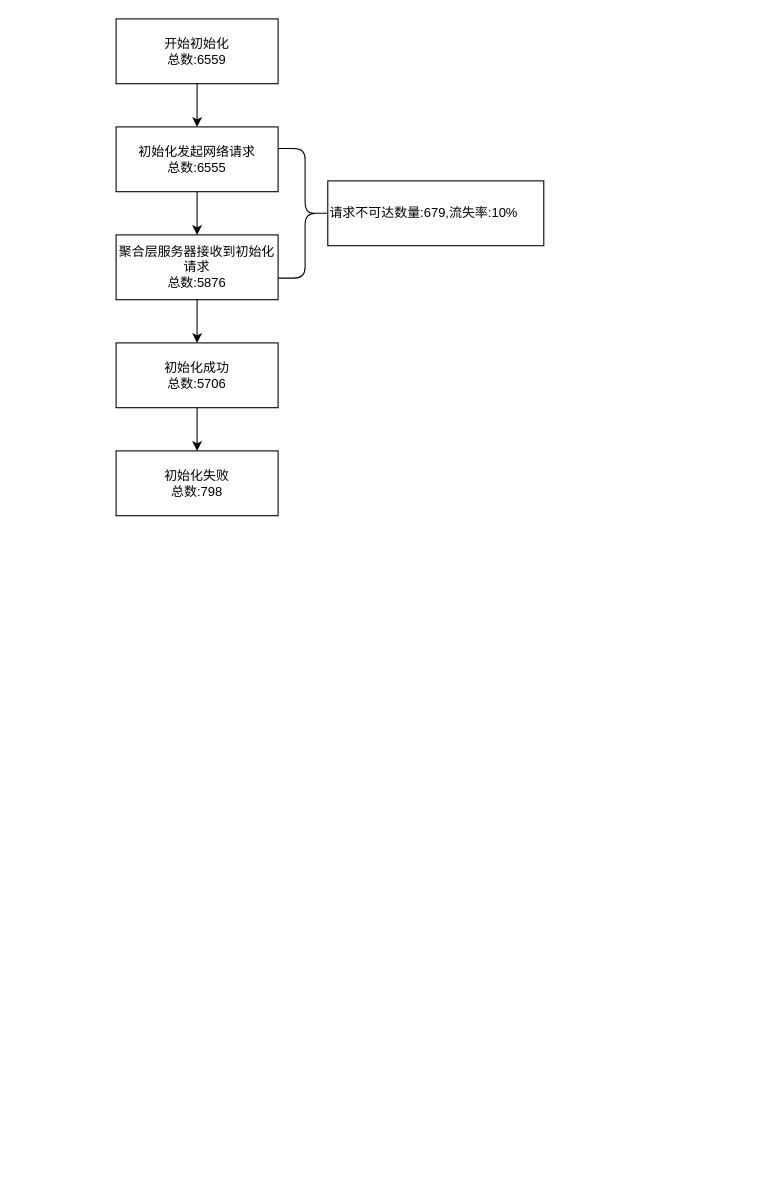
Earlier version of the draw.io diagram Untitled Diagram.drawio (wushengqiang/mydoc). Source tidied: cells renumbered, new cells numbered last; positions are measured from the earlier drawing's top-left corner, leaving out a move shared by most shapes. Both pictures are drawn from the tidied source at 108%, with x=0, y=0 at pixel (116, 18).
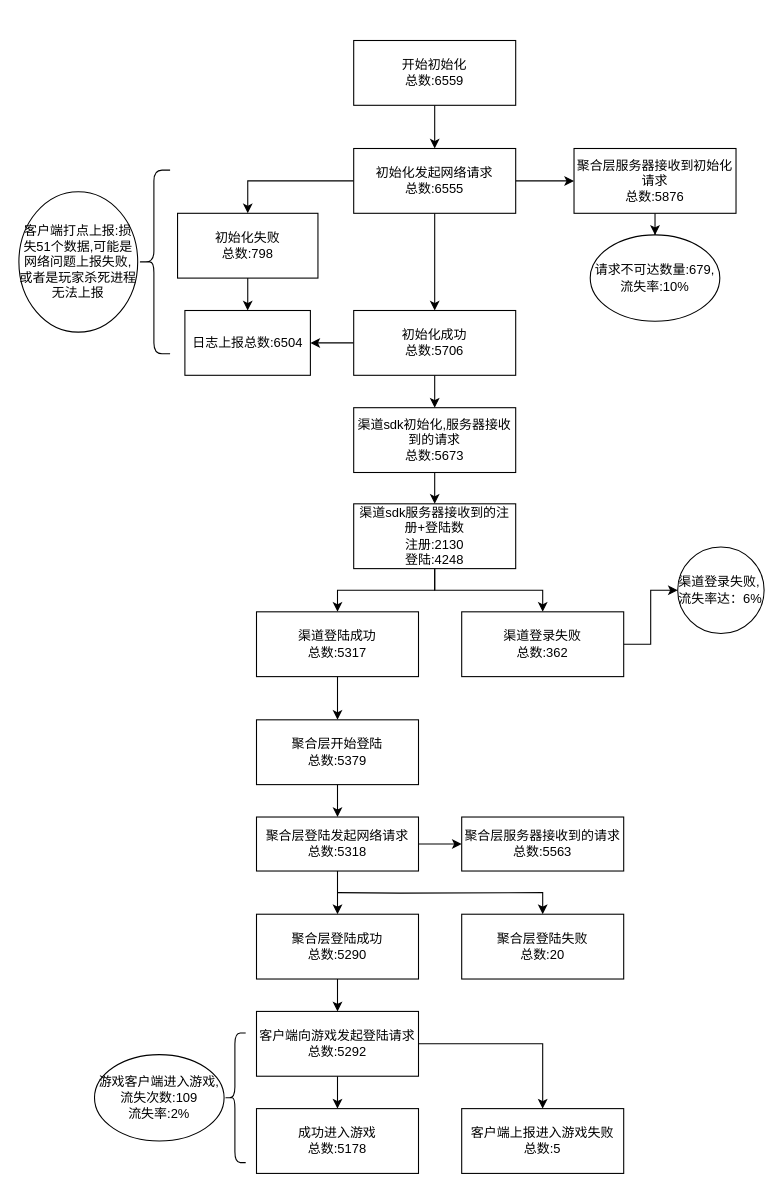
Above is the later version.

Diff of the diagram source:
```diff
@@
     <mxCell id="3" value="开始初始化&lt;br&gt;总数:6559" style="rounded=0;whiteSpace=wrap;html=1;" parent="1" vertex="1">
-      <mxGeometry width="150" height="60" as="geometry" />
+      <mxGeometry x="220" y="20" width="150" height="60" as="geometry" />
     </mxCell>
-    <mxCell id="4" style="edgeStyle=orthogonalEdgeStyle;rounded=0;jettySize=auto;html=1;entryX=0.5;entryY=0;entryDx=0;entryDy=0;" parent="1" edge="1" source="5" target="7">
+    <mxCell id="4" style="edgeStyle=orthogonalEdgeStyle;rounded=0;jettySize=auto;html=1;entryX=0;entryY=0.5;entryDx=0;entryDy=0;" parent="1" edge="1" source="5" target="7">
       <mxGeometry relative="1" as="geometry" />
     </mxCell>
+    <mxCell id="13" style="edgeStyle=orthogonalEdgeStyle;rounded=0;jettySize=auto;html=1;entryX=0.5;entryY=0;entryDx=0;entryDy=0;" parent="1" edge="1" source="5" target="9">
+      <mxGeometry relative="1" as="geometry" />
+    </mxCell>
+    <mxCell id="14" style="edgeStyle=orthogonalEdgeStyle;rounded=0;jettySize=auto;html=1;entryX=0.5;entryY=0;entryDx=0;entryDy=0;" parent="1" edge="1" source="5" target="10">
+      <mxGeometry relative="1" as="geometry" />
+    </mxCell>
     <mxCell id="5" value="初始化发起网络请求&lt;br&gt;总数:6555" style="rounded=0;whiteSpace=wrap;html=1;" parent="1" vertex="1">
-      <mxGeometry y="100" width="150" height="60" as="geometry" />
+      <mxGeometry x="220" y="120" width="150" height="60" as="geometry" />
     </mxCell>
-    <mxCell id="6" style="edgeStyle=orthogonalEdgeStyle;rounded=0;jettySize=auto;html=1;entryX=0.5;entryY=0;entryDx=0;entryDy=0;" parent="1" edge="1" source="7" target="9">
-      <mxGeometry relative="1" as="geometry" />
-    </mxCell>
+    <mxCell id="15" style="edgeStyle=orthogonalEdgeStyle;rounded=0;jettySize=auto;html=1;" parent="1" edge="1" source="7" target="11">
+      <mxGeometry relative="1" as="geometry" />
+    </mxCell>
     <mxCell id="7" value="聚合层服务器接收到初始化请求&lt;br&gt;总数:5876" style="rounded=0;whiteSpace=wrap;html=1;" parent="1" vertex="1">
-      <mxGeometry y="200" width="150" height="60" as="geometry" />
+      <mxGeometry x="424" y="120" width="150" height="60" as="geometry" />
     </mxCell>
-    <mxCell id="8" style="edgeStyle=orthogonalEdgeStyle;rounded=0;jettySize=auto;html=1;entryX=0.5;entryY=0;entryDx=0;entryDy=0;" parent="1" edge="1" source="9" target="10">
-      <mxGeometry relative="1" as="geometry" />
-    </mxCell>
+    <mxCell id="16" style="edgeStyle=orthogonalEdgeStyle;rounded=0;jettySize=auto;html=1;entryX=1;entryY=0.5;entryDx=0;entryDy=0;" parent="1" edge="1" source="9" target="19">
+      <mxGeometry relative="1" as="geometry" />
+    </mxCell>
+    <mxCell id="17" style="edgeStyle=orthogonalEdgeStyle;rounded=0;jettySize=auto;html=1;entryX=0.5;entryY=0;entryDx=0;entryDy=0;" parent="1" edge="1" source="9" target="48">
+      <mxGeometry relative="1" as="geometry" />
+    </mxCell>
     <mxCell id="9" value="初始化成功&lt;br&gt;总数:5706" style="rounded=0;whiteSpace=wrap;html=1;" parent="1" vertex="1">
-      <mxGeometry y="300" width="150" height="60" as="geometry" />
+      <mxGeometry x="220" y="270" width="150" height="60" as="geometry" />
     </mxCell>
+    <mxCell id="18" style="edgeStyle=orthogonalEdgeStyle;rounded=0;jettySize=auto;html=1;entryX=0.5;entryY=0;entryDx=0;entryDy=0;" parent="1" edge="1" source="10" target="19">
+      <mxGeometry relative="1" as="geometry" />
+    </mxCell>
     <mxCell id="10" value="初始化失败&lt;br&gt;总数:798" style="rounded=0;whiteSpace=wrap;html=1;" parent="1" vertex="1">
-      <mxGeometry y="400" width="150" height="60" as="geometry" />
+      <mxGeometry x="56.9" y="180" width="130" height="60" as="geometry" />
     </mxCell>
+    <mxCell id="19" value="日志上报总数:6504" style="rounded=0;whiteSpace=wrap;html=1;" parent="1" vertex="1">
+      <mxGeometry x="63.7" y="270" width="116.2" height="60" as="geometry" />
+    </mxCell>
-    <mxCell id="11" value="请求不可达数量:679,流失率:10%" style="rounded=0;whiteSpace=wrap;html=1;align=left;" parent="1" vertex="1">
-      <mxGeometry x="196" y="150" width="200" height="60" as="geometry" />
+    <mxCell id="11" value="&lt;span style=&quot;text-align: left&quot;&gt;请求不可达数量:679,流失率:10%&lt;/span&gt;" style="ellipse;whiteSpace=wrap;html=1;" parent="1" vertex="1">
+      <mxGeometry x="439" y="200" width="120" height="80" as="geometry" />
     </mxCell>
-    <mxCell id="12" style="shape=curlyBracket;whiteSpace=wrap;html=1;rounded=1;direction=west;" parent="1" vertex="1">
-      <mxGeometry x="150" y="120" width="50" height="120" as="geometry" />
-    </mxCell>
+    <mxCell id="20" value="&lt;span&gt;客户端打点上报:损失51个数据,可能是网络问题上报失败,或者是玩家杀死进程无法上报&lt;/span&gt;" style="ellipse;whiteSpace=wrap;html=1;" parent="1" vertex="1">
+      <mxGeometry x="-90" y="160" width="110" height="130" as="geometry" />
+    </mxCell>
+    <mxCell id="21" style="shape=curlyBracket;whiteSpace=wrap;html=1;rounded=1;" parent="1" vertex="1">
+      <mxGeometry x="20" y="140" width="30" height="170" as="geometry" />
+    </mxCell>
+    <mxCell id="22" style="edgeStyle=orthogonalEdgeStyle;rounded=0;jettySize=auto;html=1;entryX=0.5;entryY=0;entryDx=0;entryDy=0;" parent="1" edge="1" source="24" target="28">
+      <mxGeometry relative="1" as="geometry" />
+    </mxCell>
+    <mxCell id="23" style="edgeStyle=orthogonalEdgeStyle;rounded=0;jettySize=auto;html=1;" parent="1" edge="1" source="24" target="26">
+      <mxGeometry relative="1" as="geometry" />
+    </mxCell>
+    <mxCell id="24" value="渠道sdk服务器接收到的注册+登陆数&lt;br&gt;注册:2130&lt;br&gt;登陆:4248" style="rounded=0;whiteSpace=wrap;html=1;" parent="1" vertex="1">
+      <mxGeometry x="220" y="449" width="150" height="60" as="geometry" />
+    </mxCell>
+    <mxCell id="25" style="edgeStyle=orthogonalEdgeStyle;rounded=0;jettySize=auto;html=1;" parent="1" edge="1" source="26" target="29">
+      <mxGeometry relative="1" as="geometry" />
+    </mxCell>
+    <mxCell id="26" value="渠道登录失败&lt;br&gt;总数:362" style="rounded=0;whiteSpace=wrap;html=1;" parent="1" vertex="1">
+      <mxGeometry x="320" y="549" width="150" height="60" as="geometry" />
+    </mxCell>
+    <mxCell id="27" style="edgeStyle=orthogonalEdgeStyle;rounded=0;jettySize=auto;html=1;entryX=0.5;entryY=0;entryDx=0;entryDy=0;" parent="1" edge="1" source="28" target="31">
+      <mxGeometry relative="1" as="geometry" />
+    </mxCell>
+    <mxCell id="28" value="渠道登陆成功&lt;br&gt;总数:5317" style="rounded=0;whiteSpace=wrap;html=1;" parent="1" vertex="1">
+      <mxGeometry x="130" y="549" width="150" height="60" as="geometry" />
+    </mxCell>
+    <mxCell id="29" value="&lt;div style=&quot;text-align: left&quot;&gt;渠道登录失败,流失率达：6%&lt;/div&gt;" style="ellipse;whiteSpace=wrap;html=1;" parent="1" vertex="1">
+      <mxGeometry x="520" y="489" width="80" height="80" as="geometry" />
+    </mxCell>
+    <mxCell id="30" style="edgeStyle=orthogonalEdgeStyle;rounded=0;jettySize=auto;html=1;" parent="1" edge="1" source="31" target="35">
+      <mxGeometry relative="1" as="geometry" />
+    </mxCell>
+    <mxCell id="31" value="聚合层开始登陆&lt;br&gt;总数:5379" style="rounded=0;whiteSpace=wrap;html=1;" parent="1" vertex="1">
+      <mxGeometry x="130" y="649" width="150" height="60" as="geometry" />
+    </mxCell>
+    <mxCell id="32" style="edgeStyle=orthogonalEdgeStyle;rounded=0;jettySize=auto;html=1;entryX=0.5;entryY=0;entryDx=0;entryDy=0;" parent="1" edge="1" source="35" target="37">
+      <mxGeometry relative="1" as="geometry" />
+    </mxCell>
+    <mxCell id="33" style="edgeStyle=orthogonalEdgeStyle;rounded=0;jettySize=auto;html=1;" parent="1" edge="1" target="38">
+      <mxGeometry relative="1" as="geometry">
+        <mxPoint x="205" y="809" as="sourcePoint" />
+      </mxGeometry>
+    </mxCell>
+    <mxCell id="34" style="edgeStyle=orthogonalEdgeStyle;rounded=0;jettySize=auto;html=1;entryX=0;entryY=0.5;entryDx=0;entryDy=0;" parent="1" edge="1" source="35" target="39">
+      <mxGeometry relative="1" as="geometry" />
+    </mxCell>
+    <mxCell id="35" value="聚合层登陆发起网络请求&lt;br&gt;总数:5318" style="rounded=0;whiteSpace=wrap;html=1;" parent="1" vertex="1">
+      <mxGeometry x="130" y="739" width="150" height="50" as="geometry" />
+    </mxCell>
+    <mxCell id="36" style="edgeStyle=orthogonalEdgeStyle;rounded=0;jettySize=auto;html=1;entryX=0.5;entryY=0;entryDx=0;entryDy=0;" parent="1" edge="1" source="37" target="42">
+      <mxGeometry relative="1" as="geometry" />
+    </mxCell>
+    <mxCell id="37" value="聚合层登陆成功&lt;br&gt;总数:5290" style="rounded=0;whiteSpace=wrap;html=1;" parent="1" vertex="1">
+      <mxGeometry x="130" y="829" width="150" height="60" as="geometry" />
+    </mxCell>
+    <mxCell id="38" value="聚合层登陆失败&lt;br&gt;总数:20" style="rounded=0;whiteSpace=wrap;html=1;" parent="1" vertex="1">
+      <mxGeometry x="320" y="829" width="150" height="60" as="geometry" />
+    </mxCell>
+    <mxCell id="39" value="聚合层服务器接收到的请求&lt;br&gt;总数:5563" style="rounded=0;whiteSpace=wrap;html=1;" parent="1" vertex="1">
+      <mxGeometry x="320" y="739" width="150" height="50" as="geometry" />
+    </mxCell>
+    <mxCell id="40" style="edgeStyle=orthogonalEdgeStyle;rounded=0;jettySize=auto;html=1;entryX=0.5;entryY=0;entryDx=0;entryDy=0;" parent="1" edge="1" source="42" target="43">
+      <mxGeometry relative="1" as="geometry" />
+    </mxCell>
+    <mxCell id="41" style="edgeStyle=orthogonalEdgeStyle;rounded=0;jettySize=auto;html=1;" parent="1" edge="1" source="42" target="44">
+      <mxGeometry relative="1" as="geometry" />
+    </mxCell>
+    <mxCell id="42" value="客户端向游戏发起登陆请求&lt;br&gt;总数:5292" style="rounded=0;whiteSpace=wrap;html=1;" parent="1" vertex="1">
+      <mxGeometry x="130" y="919" width="150" height="60" as="geometry" />
+    </mxCell>
+    <mxCell id="43" value="成功进入游戏&lt;br&gt;总数:5178" style="rounded=0;whiteSpace=wrap;html=1;" parent="1" vertex="1">
+      <mxGeometry x="130" y="1009" width="150" height="60" as="geometry" />
+    </mxCell>
+    <mxCell id="44" value="客户端上报进入游戏失败&lt;br&gt;总数:5" style="rounded=0;whiteSpace=wrap;html=1;" parent="1" vertex="1">
+      <mxGeometry x="320" y="1009" width="150" height="60" as="geometry" />
+    </mxCell>
+    <mxCell id="45" style="shape=curlyBracket;whiteSpace=wrap;html=1;rounded=1;" parent="1" vertex="1">
+      <mxGeometry x="100" y="939" width="20" height="120" as="geometry" />
+    </mxCell>
+    <mxCell id="46" value="游戏客户端进入游戏,流失次数:109&lt;br&gt;流失率:2%" style="ellipse;whiteSpace=wrap;html=1;" parent="1" vertex="1">
+      <mxGeometry x="-20" y="959" width="120" height="80" as="geometry" />
+    </mxCell>
+    <mxCell id="47" style="edgeStyle=orthogonalEdgeStyle;rounded=0;jettySize=auto;html=1;entryX=0.5;entryY=0;entryDx=0;entryDy=0;" parent="1" edge="1" source="48" target="24">
+      <mxGeometry relative="1" as="geometry" />
+    </mxCell>
+    <mxCell id="48" value="渠道sdk初始化,服务器接收到的请求&lt;br&gt;总数:5673" style="rounded=0;whiteSpace=wrap;html=1;" parent="1" vertex="1">
+      <mxGeometry x="220" y="360" width="150" height="60" as="geometry" />
+    </mxCell>
```
